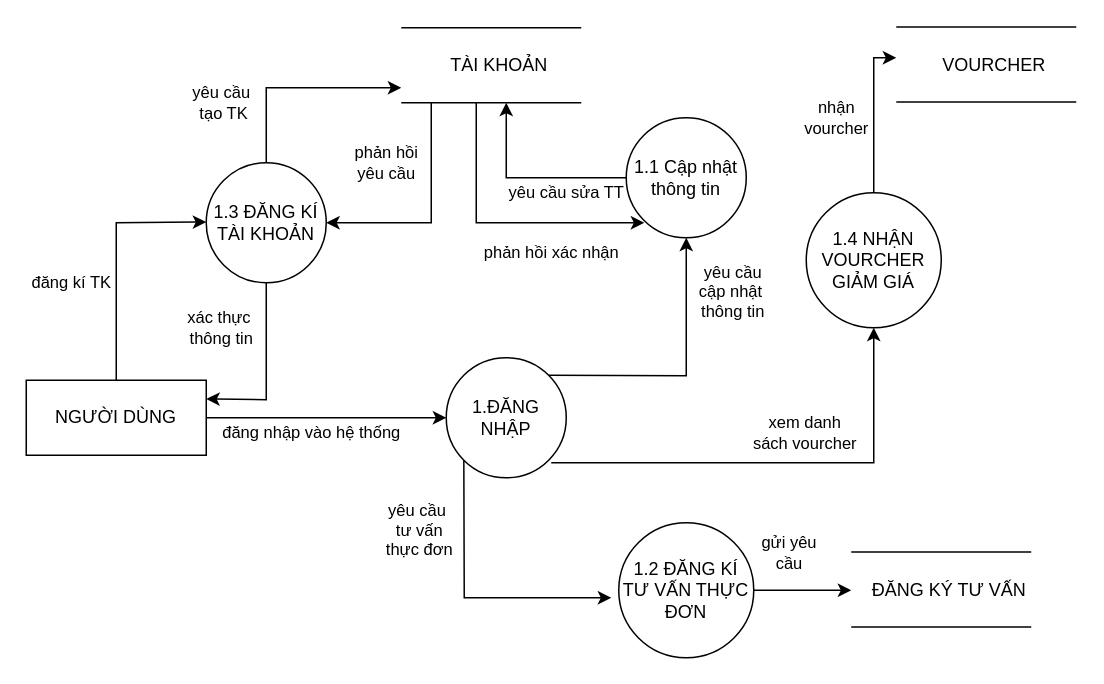
Before: page "đăng nhập" (6 of 11) of Biểu đồ không có tiêu đề.drawio in trucka312/diagram, a draw.io diagram. Source tidied: cells renumbered, new cells numbered last; positions are measured from the earlier drawing's top-left corner, leaving out a move shared by most shapes. Both pictures are drawn from the tidied source at 150%, with x=0, y=0 at pixel (26, 27).
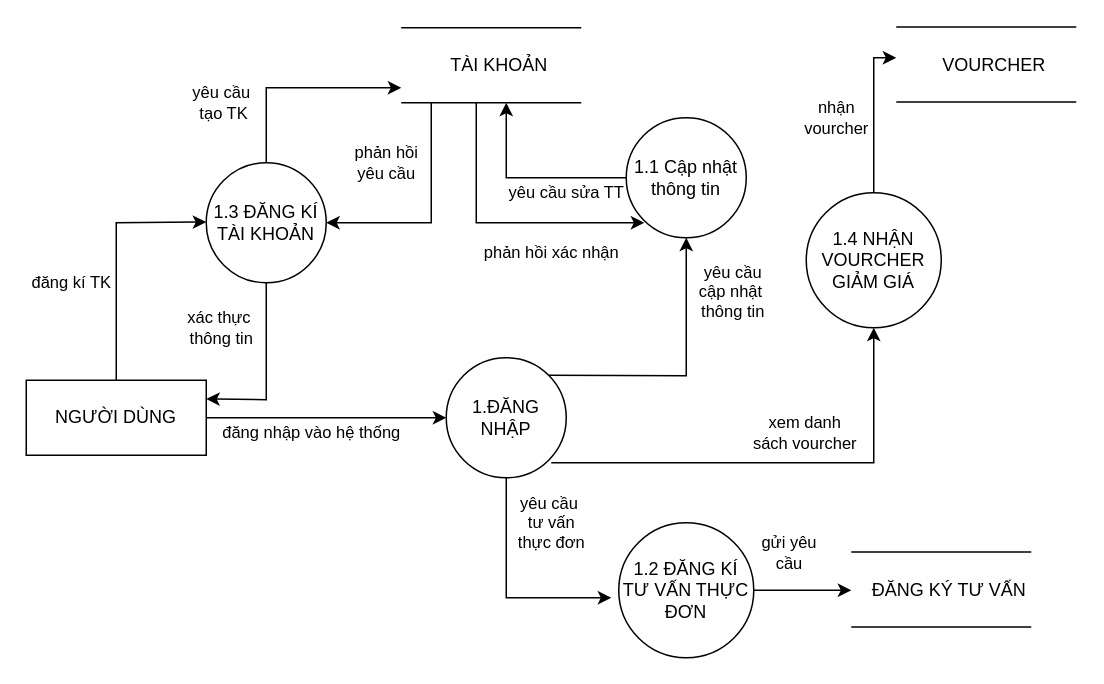
The same diagram, later.

Unchanged cells that the change refers to:
```xml
<mxCell id="2" value="1.ĐĂNG NHẬP" style="ellipse;whiteSpace=wrap;html=1;" parent="1" vertex="1">
  <mxGeometry x="280" y="220" width="80" height="80" as="geometry" />
</mxCell>
```

Diff of the diagram source:
```diff
@@
-    <mxCell id="18" value="yêu cầu&amp;nbsp;&lt;br&gt;tư vấn&lt;br&gt;thực đơn" style="endArrow=classic;html=1;rounded=0;exitX=0;exitY=1;exitDx=0;exitDy=0;" parent="1" edge="1" source="2">
-      <mxGeometry x="-0.5" y="-30" relative="1" as="geometry">
+    <mxCell id="18" value="yêu cầu&amp;nbsp;&lt;br&gt;tư vấn&lt;br&gt;thực đơn" style="endArrow=classic;html=1;rounded=0;exitX=0.5;exitY=1;exitDx=0;exitDy=0;" parent="1" edge="1" source="2">
+      <mxGeometry x="-0.6" y="30" relative="1" as="geometry">
         <mxPoint x="390" y="380" as="targetPoint" />
         <Array as="points">
-          <mxPoint x="292" y="380" />
+          <mxPoint x="320" y="380" />
         </Array>
       </mxGeometry>
     </mxCell>
```
